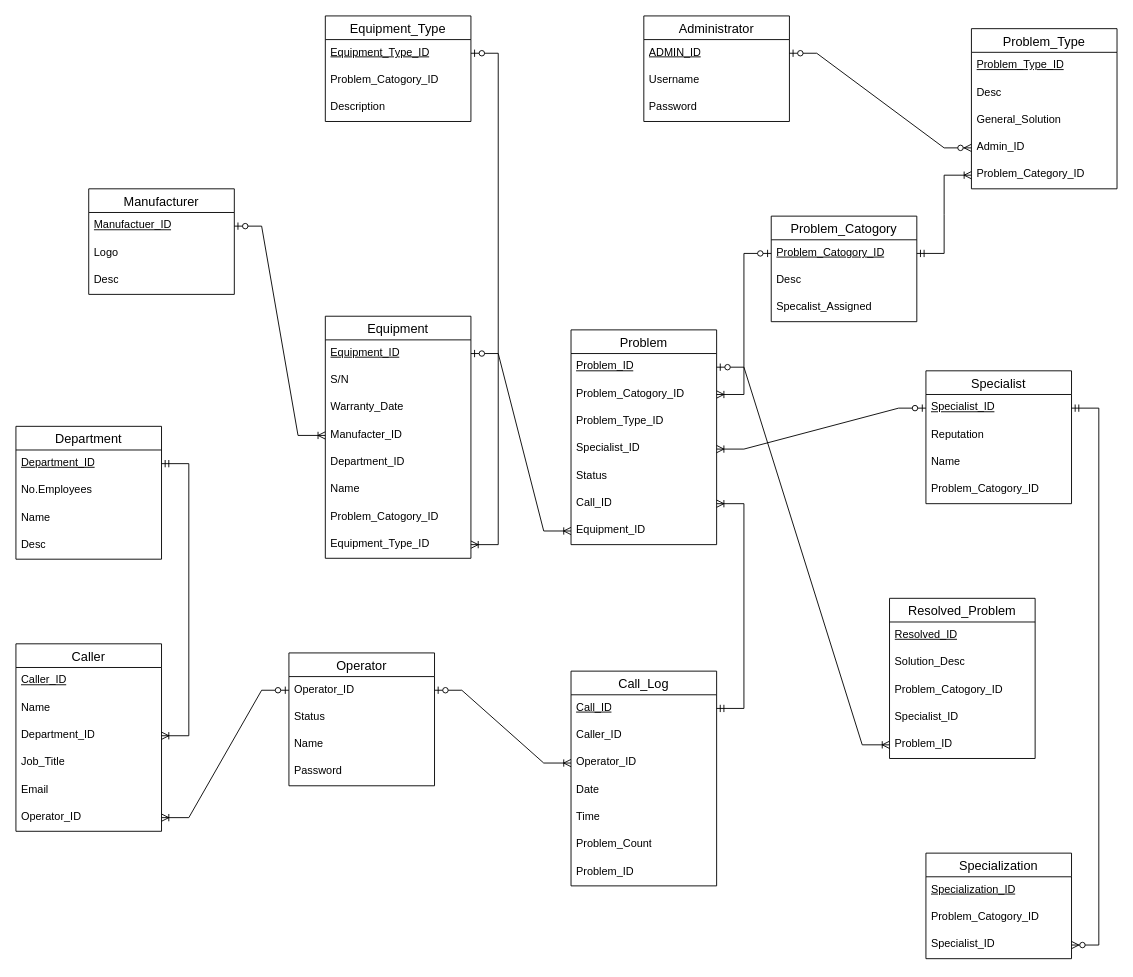
The draw.io diagram EX2.drawio in rpviana/Diagramas, before the edit. Source tidied: cells renumbered, new cells numbered last; positions are measured from the earlier drawing's top-left corner, leaving out a move shared by most shapes. Both pictures are drawn from the tidied source at 91%, with x=0, y=0 at pixel (15, 15).
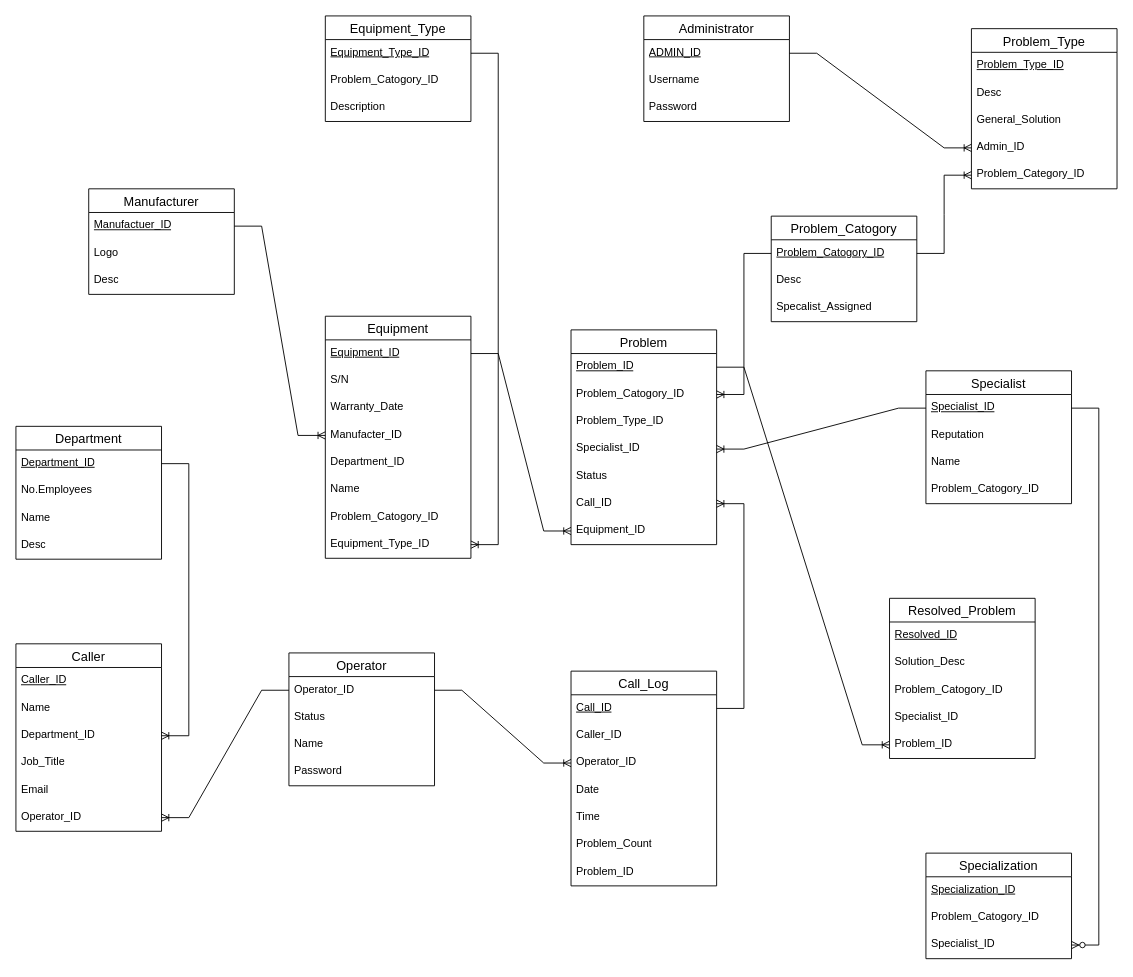
The same diagram, later.

Unchanged cells that the change refers to:
```xml
<mxCell id="3" value="Equipment_Type_ID" style="text;strokeColor=none;fillColor=none;spacingLeft=4;spacingRight=4;overflow=hidden;points=[[0,0.5],[1,0.5]];portConstraint=eastwest;fontSize=12;whiteSpace=wrap;html=1;fontStyle=4;" parent="2" vertex="1">
  <mxGeometry y="26" width="160" height="30" as="geometry" />
</mxCell>
<mxCell id="7" value="Manufactuer_ID" style="text;strokeColor=none;fillColor=none;spacingLeft=4;spacingRight=4;overflow=hidden;points=[[0,0.5],[1,0.5]];portConstraint=eastwest;fontSize=12;whiteSpace=wrap;html=1;fontStyle=4;" parent="6" vertex="1">
  <mxGeometry y="26" width="160" height="30" as="geometry" />
</mxCell>
<mxCell id="11" value="Department_ID" style="text;strokeColor=none;fillColor=none;spacingLeft=4;spacingRight=4;overflow=hidden;points=[[0,0.5],[1,0.5]];portConstraint=eastwest;fontSize=12;whiteSpace=wrap;html=1;fontStyle=4;" parent="10" vertex="1">
  <mxGeometry y="26" width="160" height="30" as="geometry" />
</mxCell>
<mxCell id="16" value="Equipment_ID" style="text;strokeColor=none;fillColor=none;spacingLeft=4;spacingRight=4;overflow=hidden;points=[[0,0.5],[1,0.5]];portConstraint=eastwest;fontSize=12;whiteSpace=wrap;html=1;fontStyle=4;" parent="15" vertex="1">
  <mxGeometry y="26" width="160" height="30" as="geometry" />
</mxCell>
<mxCell id="19" value="Manufacter_ID" style="text;strokeColor=none;fillColor=none;spacingLeft=4;spacingRight=4;overflow=hidden;points=[[0,0.5],[1,0.5]];portConstraint=eastwest;fontSize=12;whiteSpace=wrap;html=1;" parent="15" vertex="1">
  <mxGeometry y="116" width="160" height="30" as="geometry" />
</mxCell>
<mxCell id="23" value="Equipment_Type_ID" style="text;strokeColor=none;fillColor=none;spacingLeft=4;spacingRight=4;overflow=hidden;points=[[0,0.5],[1,0.5]];portConstraint=eastwest;fontSize=12;whiteSpace=wrap;html=1;" parent="15" vertex="1">
  <mxGeometry y="236" width="160" height="30" as="geometry" />
</mxCell>
<mxCell id="25" value="Operator_ID" style="text;strokeColor=none;fillColor=none;spacingLeft=4;spacingRight=4;overflow=hidden;points=[[0,0.5],[1,0.5]];portConstraint=eastwest;fontSize=12;whiteSpace=wrap;html=1;" parent="24" vertex="1">
  <mxGeometry y="26" width="160" height="30" as="geometry" />
</mxCell>
<mxCell id="30" value="Call_ID" style="text;strokeColor=none;fillColor=none;spacingLeft=4;spacingRight=4;overflow=hidden;points=[[0,0.5],[1,0.5]];portConstraint=eastwest;fontSize=12;whiteSpace=wrap;html=1;fontStyle=4;" parent="29" vertex="1">
  <mxGeometry y="26" width="160" height="30" as="geometry" />
</mxCell>
<mxCell id="32" value="Operator_ID" style="text;strokeColor=none;fillColor=none;spacingLeft=4;spacingRight=4;overflow=hidden;points=[[0,0.5],[1,0.5]];portConstraint=eastwest;fontSize=12;whiteSpace=wrap;html=1;" parent="29" vertex="1">
  <mxGeometry y="86" width="160" height="30" as="geometry" />
</mxCell>
<mxCell id="42" value="Problem_ID" style="text;strokeColor=none;fillColor=none;spacingLeft=4;spacingRight=4;overflow=hidden;points=[[0,0.5],[1,0.5]];portConstraint=eastwest;fontSize=12;whiteSpace=wrap;html=1;" parent="37" vertex="1">
  <mxGeometry y="146" width="160" height="30" as="geometry" />
</mxCell>
<mxCell id="46" value="Specialist_ID" style="text;strokeColor=none;fillColor=none;spacingLeft=4;spacingRight=4;overflow=hidden;points=[[0,0.5],[1,0.5]];portConstraint=eastwest;fontSize=12;whiteSpace=wrap;html=1;" parent="43" vertex="1">
  <mxGeometry y="86" width="160" height="30" as="geometry" />
</mxCell>
<mxCell id="48" value="Specialist_ID" style="text;strokeColor=none;fillColor=none;spacingLeft=4;spacingRight=4;overflow=hidden;points=[[0,0.5],[1,0.5]];portConstraint=eastwest;fontSize=12;whiteSpace=wrap;html=1;fontStyle=4;" parent="47" vertex="1">
  <mxGeometry y="26" width="160" height="30" as="geometry" />
</mxCell>
<mxCell id="56" value="Admin_ID" style="text;strokeColor=none;fillColor=none;spacingLeft=4;spacingRight=4;overflow=hidden;points=[[0,0.5],[1,0.5]];portConstraint=eastwest;fontSize=12;whiteSpace=wrap;html=1;" parent="52" vertex="1">
  <mxGeometry y="116" width="160" height="30" as="geometry" />
</mxCell>
<mxCell id="57" value="Problem_Category_ID" style="text;strokeColor=none;fillColor=none;spacingLeft=4;spacingRight=4;overflow=hidden;points=[[0,0.5],[1,0.5]];portConstraint=eastwest;fontSize=12;whiteSpace=wrap;html=1;" parent="52" vertex="1">
  <mxGeometry y="146" width="160" height="30" as="geometry" />
</mxCell>
<mxCell id="59" value="Problem_Catogory_ID" style="text;strokeColor=none;fillColor=none;spacingLeft=4;spacingRight=4;overflow=hidden;points=[[0,0.5],[1,0.5]];portConstraint=eastwest;fontSize=12;whiteSpace=wrap;html=1;fontStyle=4;" parent="58" vertex="1">
  <mxGeometry y="26" width="160" height="30" as="geometry" />
</mxCell>
<mxCell id="63" value="ADMIN_ID" style="text;strokeColor=none;fillColor=none;spacingLeft=4;spacingRight=4;overflow=hidden;points=[[0,0.5],[1,0.5]];portConstraint=eastwest;fontSize=12;whiteSpace=wrap;html=1;fontStyle=4;" parent="62" vertex="1">
  <mxGeometry y="26" width="160" height="30" as="geometry" />
</mxCell>
<mxCell id="67" value="Problem_ID" style="text;strokeColor=none;fillColor=none;spacingLeft=4;spacingRight=4;overflow=hidden;points=[[0,0.5],[1,0.5]];portConstraint=eastwest;fontSize=12;whiteSpace=wrap;html=1;fontStyle=4;" parent="66" vertex="1">
  <mxGeometry y="26" width="160" height="30" as="geometry" />
</mxCell>
<mxCell id="68" value="Problem_Catogory_ID" style="text;strokeColor=none;fillColor=none;spacingLeft=4;spacingRight=4;overflow=hidden;points=[[0,0.5],[1,0.5]];portConstraint=eastwest;fontSize=12;whiteSpace=wrap;html=1;" parent="66" vertex="1">
  <mxGeometry y="56" width="160" height="30" as="geometry" />
</mxCell>
<mxCell id="70" value="Specialist_ID" style="text;strokeColor=none;fillColor=none;spacingLeft=4;spacingRight=4;overflow=hidden;points=[[0,0.5],[1,0.5]];portConstraint=eastwest;fontSize=12;whiteSpace=wrap;html=1;" parent="66" vertex="1">
  <mxGeometry y="116" width="160" height="30" as="geometry" />
</mxCell>
<mxCell id="72" value="Call_ID" style="text;strokeColor=none;fillColor=none;spacingLeft=4;spacingRight=4;overflow=hidden;points=[[0,0.5],[1,0.5]];portConstraint=eastwest;fontSize=12;whiteSpace=wrap;html=1;" parent="66" vertex="1">
  <mxGeometry y="176" width="160" height="30" as="geometry" />
</mxCell>
<mxCell id="73" value="Equipment_ID" style="text;strokeColor=none;fillColor=none;spacingLeft=4;spacingRight=4;overflow=hidden;points=[[0,0.5],[1,0.5]];portConstraint=eastwest;fontSize=12;whiteSpace=wrap;html=1;" parent="66" vertex="1">
  <mxGeometry y="206" width="160" height="30" as="geometry" />
</mxCell>
<mxCell id="77" value="Department_ID" style="text;strokeColor=none;fillColor=none;spacingLeft=4;spacingRight=4;overflow=hidden;points=[[0,0.5],[1,0.5]];portConstraint=eastwest;fontSize=12;whiteSpace=wrap;html=1;" parent="74" vertex="1">
  <mxGeometry y="86" width="160" height="30" as="geometry" />
</mxCell>
<mxCell id="80" value="Operator_ID" style="text;strokeColor=none;fillColor=none;spacingLeft=4;spacingRight=4;overflow=hidden;points=[[0,0.5],[1,0.5]];portConstraint=eastwest;fontSize=12;whiteSpace=wrap;html=1;" parent="74" vertex="1">
  <mxGeometry y="176" width="160" height="30" as="geometry" />
</mxCell>
```

Change to the diagram source:
```diff
@@
-    <mxCell id="81" style="edgeStyle=entityRelationEdgeStyle;fontSize=12;html=1;endArrow=ERoneToMany;startArrow=ERzeroToOne;rounded=0;entryX=0;entryY=0.5;entryDx=0;entryDy=0;exitX=1;exitY=0.5;exitDx=0;exitDy=0;" parent="1" edge="1" source="7" target="19">
+    <mxCell id="81" style="edgeStyle=entityRelationEdgeStyle;fontSize=12;html=1;endArrow=ERoneToMany;startArrow=none;rounded=0;entryX=0;entryY=0.5;entryDx=0;entryDy=0;exitX=1;exitY=0.5;exitDx=0;exitDy=0;startFill=0;" parent="1" edge="1" source="7" target="19">
       <mxGeometry relative="1" as="geometry" />
     </mxCell>
-    <mxCell id="82" style="edgeStyle=entityRelationEdgeStyle;fontSize=12;html=1;endArrow=ERoneToMany;startArrow=ERzeroToOne;rounded=0;entryX=0;entryY=0.5;entryDx=0;entryDy=0;exitX=1;exitY=0.5;exitDx=0;exitDy=0;" parent="1" edge="1" source="16" target="73">
+    <mxCell id="82" style="edgeStyle=entityRelationEdgeStyle;fontSize=12;html=1;endArrow=ERoneToMany;startArrow=none;rounded=0;entryX=0;entryY=0.5;entryDx=0;entryDy=0;exitX=1;exitY=0.5;exitDx=0;exitDy=0;startFill=0;" parent="1" edge="1" source="16" target="73">
       <mxGeometry relative="1" as="geometry" />
     </mxCell>
-    <mxCell id="83" style="edgeStyle=entityRelationEdgeStyle;fontSize=12;html=1;endArrow=ERoneToMany;startArrow=ERzeroToOne;rounded=0;entryX=1;entryY=0.5;entryDx=0;entryDy=0;exitX=1;exitY=0.5;exitDx=0;exitDy=0;" parent="1" edge="1" source="3" target="23">
+    <mxCell id="83" style="edgeStyle=entityRelationEdgeStyle;fontSize=12;html=1;endArrow=ERoneToMany;startArrow=none;rounded=0;entryX=1;entryY=0.5;entryDx=0;entryDy=0;exitX=1;exitY=0.5;exitDx=0;exitDy=0;startFill=0;" parent="1" edge="1" source="3" target="23">
       <mxGeometry relative="1" as="geometry" />
     </mxCell>
-    <mxCell id="84" style="edgeStyle=entityRelationEdgeStyle;fontSize=12;html=1;endArrow=ERzeroToMany;startArrow=ERzeroToOne;rounded=0;entryX=0;entryY=0.5;entryDx=0;entryDy=0;exitX=1;exitY=0.5;exitDx=0;exitDy=0;" parent="1" edge="1" source="63" target="56">
+    <mxCell id="84" style="edgeStyle=entityRelationEdgeStyle;fontSize=12;html=1;endArrow=ERoneToMany;startArrow=none;rounded=0;entryX=0;entryY=0.5;entryDx=0;entryDy=0;exitX=1;exitY=0.5;exitDx=0;exitDy=0;startFill=0;endFill=0;" parent="1" edge="1" source="63" target="56">
       <mxGeometry relative="1" as="geometry" />
     </mxCell>
-    <mxCell id="85" style="edgeStyle=entityRelationEdgeStyle;fontSize=12;html=1;endArrow=ERoneToMany;startArrow=ERmandOne;rounded=0;entryX=0;entryY=0.5;entryDx=0;entryDy=0;exitX=1;exitY=0.5;exitDx=0;exitDy=0;" parent="1" edge="1" source="59" target="57">
+    <mxCell id="85" style="edgeStyle=entityRelationEdgeStyle;fontSize=12;html=1;endArrow=ERoneToMany;startArrow=none;rounded=0;entryX=0;entryY=0.5;entryDx=0;entryDy=0;exitX=1;exitY=0.5;exitDx=0;exitDy=0;startFill=0;" parent="1" edge="1" source="59" target="57">
       <mxGeometry relative="1" as="geometry" />
     </mxCell>
-    <mxCell id="86" style="edgeStyle=entityRelationEdgeStyle;fontSize=12;html=1;endArrow=ERoneToMany;startArrow=ERmandOne;rounded=0;entryX=1;entryY=0.5;entryDx=0;entryDy=0;exitX=1;exitY=0.5;exitDx=0;exitDy=0;" parent="1" edge="1" source="11" target="77">
+    <mxCell id="86" style="edgeStyle=entityRelationEdgeStyle;fontSize=12;html=1;endArrow=ERoneToMany;startArrow=none;rounded=0;entryX=1;entryY=0.5;entryDx=0;entryDy=0;exitX=1;exitY=0.5;exitDx=0;exitDy=0;startFill=0;" parent="1" edge="1" source="11" target="77">
       <mxGeometry relative="1" as="geometry" />
     </mxCell>
-    <mxCell id="87" style="edgeStyle=entityRelationEdgeStyle;fontSize=12;html=1;endArrow=ERoneToMany;startArrow=ERzeroToOne;rounded=0;entryX=1;entryY=0.5;entryDx=0;entryDy=0;exitX=0;exitY=0.5;exitDx=0;exitDy=0;" parent="1" edge="1" source="25" target="80">
+    <mxCell id="87" style="edgeStyle=entityRelationEdgeStyle;fontSize=12;html=1;endArrow=ERoneToMany;startArrow=none;rounded=0;entryX=1;entryY=0.5;entryDx=0;entryDy=0;exitX=0;exitY=0.5;exitDx=0;exitDy=0;startFill=0;" parent="1" edge="1" source="25" target="80">
       <mxGeometry relative="1" as="geometry" />
     </mxCell>
-    <mxCell id="88" style="edgeStyle=entityRelationEdgeStyle;fontSize=12;html=1;endArrow=ERoneToMany;startArrow=ERzeroToOne;rounded=0;entryX=0;entryY=0.5;entryDx=0;entryDy=0;exitX=1;exitY=0.5;exitDx=0;exitDy=0;" parent="1" edge="1" source="25" target="32">
+    <mxCell id="88" style="edgeStyle=entityRelationEdgeStyle;fontSize=12;html=1;endArrow=ERoneToMany;startArrow=none;rounded=0;entryX=0;entryY=0.5;entryDx=0;entryDy=0;exitX=1;exitY=0.5;exitDx=0;exitDy=0;startFill=0;" parent="1" edge="1" source="25" target="32">
       <mxGeometry relative="1" as="geometry" />
     </mxCell>
-    <mxCell id="89" style="edgeStyle=entityRelationEdgeStyle;fontSize=12;html=1;endArrow=ERoneToMany;startArrow=ERzeroToOne;rounded=0;entryX=1;entryY=0.5;entryDx=0;entryDy=0;exitX=0;exitY=0.5;exitDx=0;exitDy=0;" parent="1" edge="1" source="59" target="68">
+    <mxCell id="89" style="edgeStyle=entityRelationEdgeStyle;fontSize=12;html=1;endArrow=ERoneToMany;startArrow=none;rounded=0;entryX=1;entryY=0.5;entryDx=0;entryDy=0;exitX=0;exitY=0.5;exitDx=0;exitDy=0;startFill=0;" parent="1" edge="1" source="59" target="68">
       <mxGeometry relative="1" as="geometry" />
     </mxCell>
-    <mxCell id="90" style="edgeStyle=entityRelationEdgeStyle;fontSize=12;html=1;endArrow=ERoneToMany;startArrow=ERzeroToOne;rounded=0;entryX=1;entryY=0.5;entryDx=0;entryDy=0;exitX=0;exitY=0.5;exitDx=0;exitDy=0;" parent="1" edge="1" source="48" target="70">
+    <mxCell id="90" style="edgeStyle=entityRelationEdgeStyle;fontSize=12;html=1;endArrow=ERoneToMany;startArrow=none;rounded=0;entryX=1;entryY=0.5;entryDx=0;entryDy=0;exitX=0;exitY=0.5;exitDx=0;exitDy=0;startFill=0;" parent="1" edge="1" source="48" target="70">
       <mxGeometry relative="1" as="geometry" />
     </mxCell>
-    <mxCell id="91" style="edgeStyle=entityRelationEdgeStyle;fontSize=12;html=1;endArrow=ERoneToMany;startArrow=ERzeroToOne;rounded=0;exitX=1;exitY=0.5;exitDx=0;exitDy=0;entryX=0;entryY=0.5;entryDx=0;entryDy=0;" parent="1" edge="1" source="67" target="42">
+    <mxCell id="91" style="edgeStyle=entityRelationEdgeStyle;fontSize=12;html=1;endArrow=ERoneToMany;startArrow=none;rounded=0;exitX=1;exitY=0.5;exitDx=0;exitDy=0;entryX=0;entryY=0.5;entryDx=0;entryDy=0;startFill=0;" parent="1" edge="1" source="67" target="42">
       <mxGeometry relative="1" as="geometry" />
     </mxCell>
-    <mxCell id="92" style="edgeStyle=entityRelationEdgeStyle;fontSize=12;html=1;endArrow=ERzeroToMany;startArrow=ERmandOne;rounded=0;entryX=1;entryY=0.5;entryDx=0;entryDy=0;exitX=1;exitY=0.5;exitDx=0;exitDy=0;" parent="1" edge="1" source="48" target="46">
+    <mxCell id="92" style="edgeStyle=entityRelationEdgeStyle;fontSize=12;html=1;endArrow=ERzeroToMany;startArrow=none;rounded=0;entryX=1;entryY=0.5;entryDx=0;entryDy=0;exitX=1;exitY=0.5;exitDx=0;exitDy=0;startFill=0;" parent="1" edge="1" source="48" target="46">
       <mxGeometry relative="1" as="geometry">
         <Array as="points">
           <mxPoint x="1210" y="660" />
           <mxPoint x="1260" y="690" />
         </Array>
       </mxGeometry>
     </mxCell>
-    <mxCell id="93" style="edgeStyle=entityRelationEdgeStyle;fontSize=12;html=1;endArrow=ERoneToMany;startArrow=ERmandOne;rounded=0;entryX=1;entryY=0.5;entryDx=0;entryDy=0;exitX=1;exitY=0.5;exitDx=0;exitDy=0;" parent="1" edge="1" source="30" target="72">
+    <mxCell id="93" style="edgeStyle=entityRelationEdgeStyle;fontSize=12;html=1;endArrow=ERoneToMany;startArrow=none;rounded=0;entryX=1;entryY=0.5;entryDx=0;entryDy=0;exitX=1;exitY=0.5;exitDx=0;exitDy=0;startFill=0;" parent="1" edge="1" source="30" target="72">
       <mxGeometry relative="1" as="geometry" />
     </mxCell>
```
